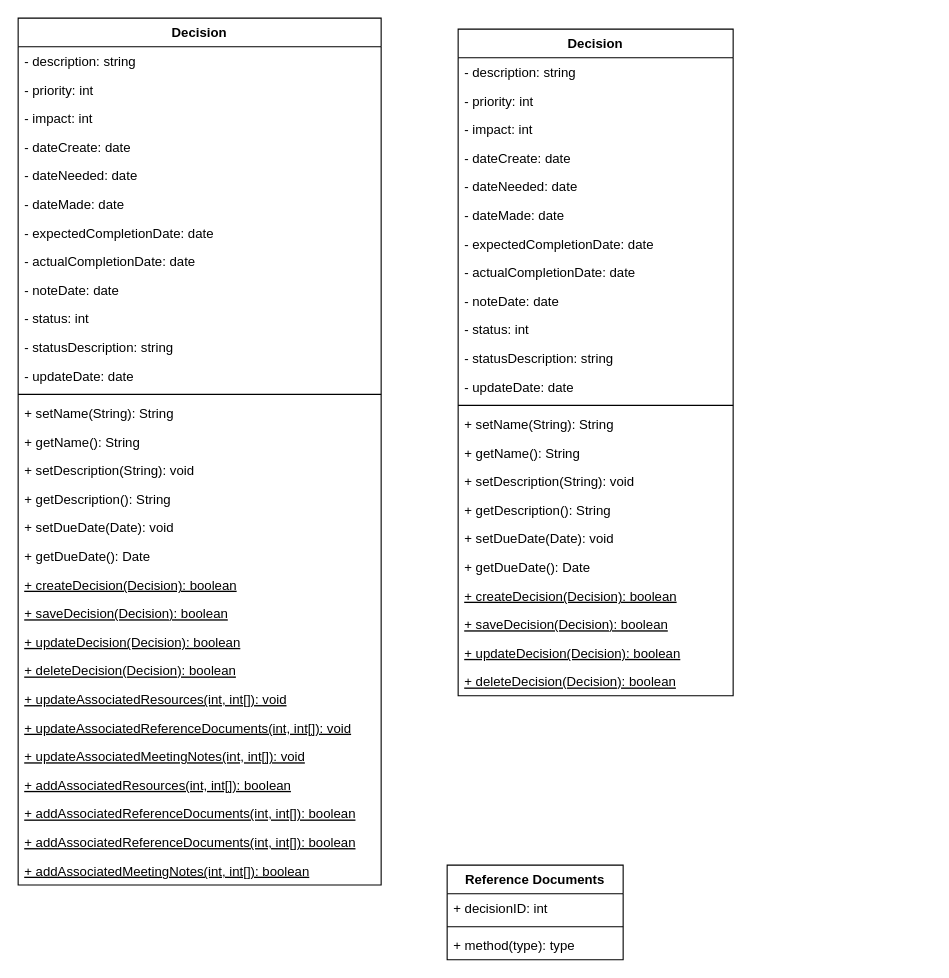
The draw.io diagram diagrams/umlAlice.drawio in alicebalayan/comp380---project3, before the edit. Source tidied: cells renumbered, new cells numbered last; positions are measured from the earlier drawing's top-left corner, leaving out a move shared by most shapes. Both pictures are drawn from the tidied source at 110%, with x=0, y=0 at pixel (18, 18).
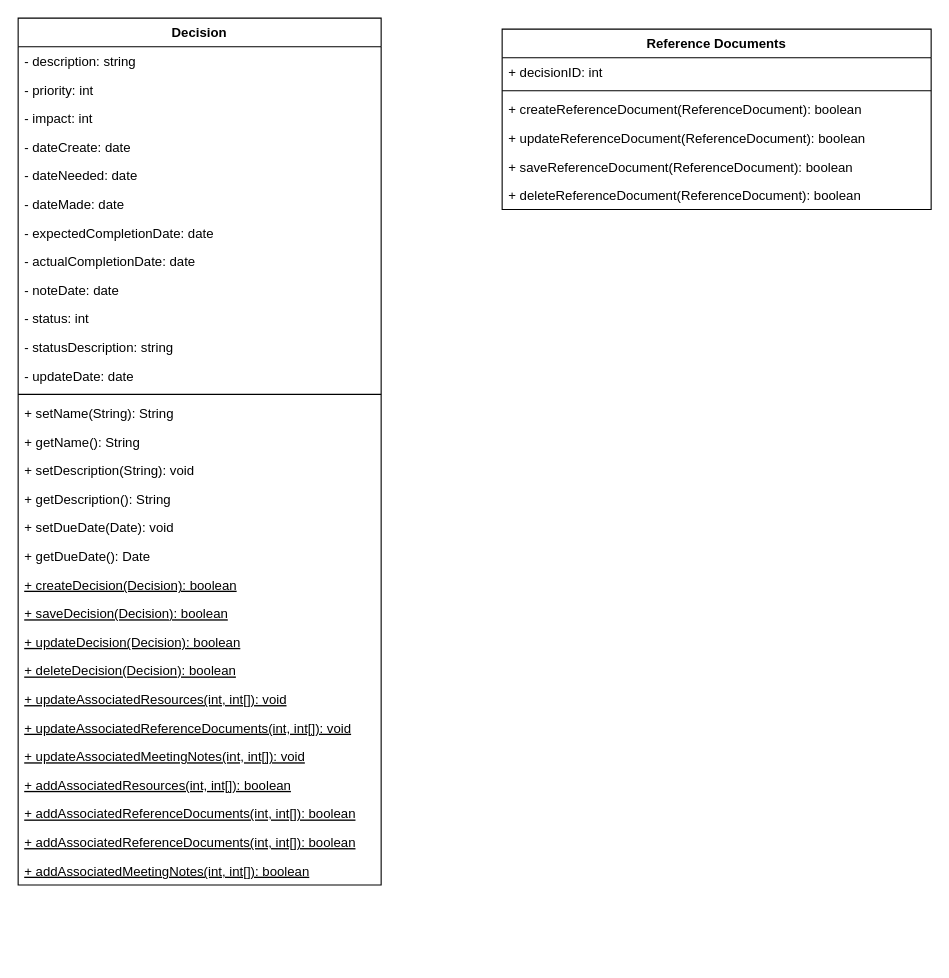
Above is the later version.

Commit message:
Add Reference Documents

Diff of the diagram source:
```diff
@@
-    <mxCell id="33" value="Decision" style="swimlane;fontStyle=1;align=center;verticalAlign=top;horizontal=1;startSize=26;" parent="1" vertex="1">
-      <mxGeometry x="400" y="10" width="250" height="606" as="geometry" />
-    </mxCell>
-    <mxCell id="34" value="- description: string" style="text;strokeColor=none;fillColor=none;align=left;verticalAlign=top;spacingLeft=4;spacingRight=4;overflow=hidden;" parent="33" vertex="1">
-      <mxGeometry y="26" width="250" height="26" as="geometry" />
-    </mxCell>
-    <mxCell id="35" value="- priority: int " style="text;strokeColor=none;fillColor=none;align=left;verticalAlign=top;spacingLeft=4;spacingRight=4;overflow=hidden;" parent="33" vertex="1">
-      <mxGeometry y="52" width="250" height="26" as="geometry" />
-    </mxCell>
-    <mxCell id="36" value="- impact: int" style="text;strokeColor=none;fillColor=none;align=left;verticalAlign=top;spacingLeft=4;spacingRight=4;overflow=hidden;" parent="33" vertex="1">
-      <mxGeometry y="78" width="250" height="26" as="geometry" />
-    </mxCell>
-    <mxCell id="37" value="- dateCreate: date" style="text;strokeColor=none;fillColor=none;align=left;verticalAlign=top;spacingLeft=4;spacingRight=4;overflow=hidden;" parent="33" vertex="1">
-      <mxGeometry y="104" width="250" height="26" as="geometry" />
-    </mxCell>
-    <mxCell id="38" value="- dateNeeded: date" style="text;strokeColor=none;fillColor=none;align=left;verticalAlign=top;spacingLeft=4;spacingRight=4;overflow=hidden;" parent="33" vertex="1">
-      <mxGeometry y="130" width="250" height="26" as="geometry" />
-    </mxCell>
-    <mxCell id="39" value="- dateMade: date" style="text;strokeColor=none;fillColor=none;align=left;verticalAlign=top;spacingLeft=4;spacingRight=4;overflow=hidden;" parent="33" vertex="1">
-      <mxGeometry y="156" width="250" height="26" as="geometry" />
-    </mxCell>
-    <mxCell id="40" value="- expectedCompletionDate: date&#10;" style="text;strokeColor=none;fillColor=none;align=left;verticalAlign=top;spacingLeft=4;spacingRight=4;overflow=hidden;" parent="33" vertex="1">
-      <mxGeometry y="182" width="250" height="26" as="geometry" />
-    </mxCell>
-    <mxCell id="41" value="- actualCompletionDate: date" style="text;strokeColor=none;fillColor=none;align=left;verticalAlign=top;spacingLeft=4;spacingRight=4;overflow=hidden;" parent="33" vertex="1">
-      <mxGeometry y="208" width="250" height="26" as="geometry" />
-    </mxCell>
-    <mxCell id="42" value="- noteDate: date" style="text;strokeColor=none;fillColor=none;align=left;verticalAlign=top;spacingLeft=4;spacingRight=4;overflow=hidden;" parent="33" vertex="1">
-      <mxGeometry y="234" width="250" height="26" as="geometry" />
-    </mxCell>
-    <mxCell id="43" value="- status: int" style="text;strokeColor=none;fillColor=none;align=left;verticalAlign=top;spacingLeft=4;spacingRight=4;overflow=hidden;" parent="33" vertex="1">
-      <mxGeometry y="260" width="250" height="26" as="geometry" />
-    </mxCell>
-    <mxCell id="44" value="- statusDescription: string" style="text;strokeColor=none;fillColor=none;align=left;verticalAlign=top;spacingLeft=4;spacingRight=4;overflow=hidden;" parent="33" vertex="1">
-      <mxGeometry y="286" width="250" height="26" as="geometry" />
-    </mxCell>
-    <mxCell id="45" value="- updateDate: date" style="text;strokeColor=none;fillColor=none;align=left;verticalAlign=top;spacingLeft=4;spacingRight=4;overflow=hidden;" parent="33" vertex="1">
-      <mxGeometry y="312" width="250" height="26" as="geometry" />
-    </mxCell>
-    <mxCell id="46" style="line;strokeWidth=1;fillColor=none;align=left;verticalAlign=middle;spacingTop=-1;spacingLeft=3;spacingRight=3;labelPosition=right;" parent="33" vertex="1">
-      <mxGeometry y="338" width="250" height="8" as="geometry" />
-    </mxCell>
-    <mxCell id="47" value="+ setName(String): String" style="text;strokeColor=none;fillColor=none;align=left;verticalAlign=top;spacingLeft=4;spacingRight=4;overflow=hidden;" parent="33" vertex="1">
-      <mxGeometry y="346" width="250" height="26" as="geometry" />
-    </mxCell>
-    <mxCell id="48" value="+ getName(): String" style="text;strokeColor=none;fillColor=none;align=left;verticalAlign=top;spacingLeft=4;spacingRight=4;overflow=hidden;" parent="33" vertex="1">
-      <mxGeometry y="372" width="250" height="26" as="geometry" />
-    </mxCell>
-    <mxCell id="49" value="+ setDescription(String): void" style="text;strokeColor=none;fillColor=none;align=left;verticalAlign=top;spacingLeft=4;spacingRight=4;overflow=hidden;" parent="33" vertex="1">
-      <mxGeometry y="398" width="250" height="26" as="geometry" />
-    </mxCell>
-    <mxCell id="50" value="+ getDescription(): String" style="text;strokeColor=none;fillColor=none;align=left;verticalAlign=top;spacingLeft=4;spacingRight=4;overflow=hidden;" parent="33" vertex="1">
-      <mxGeometry y="424" width="250" height="26" as="geometry" />
-    </mxCell>
-    <mxCell id="51" value="+ setDueDate(Date): void" style="text;strokeColor=none;fillColor=none;align=left;verticalAlign=top;spacingLeft=4;spacingRight=4;overflow=hidden;" parent="33" vertex="1">
-      <mxGeometry y="450" width="250" height="26" as="geometry" />
-    </mxCell>
-    <mxCell id="52" value="+ getDueDate(): Date" style="text;strokeColor=none;fillColor=none;align=left;verticalAlign=top;spacingLeft=4;spacingRight=4;overflow=hidden;" parent="33" vertex="1">
-      <mxGeometry y="476" width="250" height="26" as="geometry" />
-    </mxCell>
-    <mxCell id="53" value="+ createDecision(Decision): boolean" style="text;strokeColor=none;fillColor=none;align=left;verticalAlign=top;spacingLeft=4;spacingRight=4;overflow=hidden;fontStyle=4;" parent="33" vertex="1">
-      <mxGeometry y="502" width="250" height="26" as="geometry" />
-    </mxCell>
-    <mxCell id="54" value="+ saveDecision(Decision): boolean" style="text;strokeColor=none;fillColor=none;align=left;verticalAlign=top;spacingLeft=4;spacingRight=4;overflow=hidden;fontStyle=4;" parent="33" vertex="1">
-      <mxGeometry y="528" width="250" height="26" as="geometry" />
-    </mxCell>
-    <mxCell id="55" value="+ updateDecision(Decision): boolean" style="text;strokeColor=none;fillColor=none;align=left;verticalAlign=top;spacingLeft=4;spacingRight=4;overflow=hidden;fontStyle=4;" parent="33" vertex="1">
-      <mxGeometry y="554" width="250" height="26" as="geometry" />
-    </mxCell>
-    <mxCell id="56" value="+ deleteDecision(Decision): boolean" style="text;strokeColor=none;fillColor=none;align=left;verticalAlign=top;spacingLeft=4;spacingRight=4;overflow=hidden;fontStyle=4;" parent="33" vertex="1">
-      <mxGeometry y="580" width="250" height="26" as="geometry" />
-    </mxCell>
     <mxCell id="57" value="Reference Documents" style="swimlane;fontStyle=1;align=center;verticalAlign=top;horizontal=1;startSize=26;" parent="1" vertex="1">
-      <mxGeometry x="390" y="770" width="160" height="86" as="geometry" />
+      <mxGeometry x="440" y="10" width="390" height="164" as="geometry" />
     </mxCell>
     <mxCell id="58" value="+ decisionID: int" style="text;strokeColor=none;fillColor=none;align=left;verticalAlign=top;spacingLeft=4;spacingRight=4;overflow=hidden;" parent="57" vertex="1">
-      <mxGeometry y="26" width="160" height="26" as="geometry" />
+      <mxGeometry y="26" width="390" height="26" as="geometry" />
     </mxCell>
     <mxCell id="59" style="line;strokeWidth=1;fillColor=none;align=left;verticalAlign=middle;spacingTop=-1;spacingLeft=3;spacingRight=3;labelPosition=right;" parent="57" vertex="1">
-      <mxGeometry y="52" width="160" height="8" as="geometry" />
+      <mxGeometry y="52" width="390" height="8" as="geometry" />
     </mxCell>
-    <mxCell id="60" value="+ method(type): type" style="text;strokeColor=none;fillColor=none;align=left;verticalAlign=top;spacingLeft=4;spacingRight=4;overflow=hidden;" parent="57" vertex="1">
-      <mxGeometry y="60" width="160" height="26" as="geometry" />
+    <mxCell id="60" value="+ createReferenceDocument(ReferenceDocument): boolean" style="text;strokeColor=none;fillColor=none;align=left;verticalAlign=top;spacingLeft=4;spacingRight=4;overflow=hidden;" parent="57" vertex="1">
+      <mxGeometry y="60" width="390" height="26" as="geometry" />
     </mxCell>
+    <mxCell id="61" value="+ updateReferenceDocument(ReferenceDocument): boolean" style="text;strokeColor=none;fillColor=none;align=left;verticalAlign=top;spacingLeft=4;spacingRight=4;overflow=hidden;" parent="57" vertex="1">
+      <mxGeometry y="86" width="390" height="26" as="geometry" />
+    </mxCell>
+    <mxCell id="62" value="+ saveReferenceDocument(ReferenceDocument): boolean" style="text;strokeColor=none;fillColor=none;align=left;verticalAlign=top;spacingLeft=4;spacingRight=4;overflow=hidden;" parent="57" vertex="1">
+      <mxGeometry y="112" width="390" height="26" as="geometry" />
+    </mxCell>
+    <mxCell id="63" value="+ deleteReferenceDocument(ReferenceDocument): boolean" style="text;strokeColor=none;fillColor=none;align=left;verticalAlign=top;spacingLeft=4;spacingRight=4;overflow=hidden;" parent="57" vertex="1">
+      <mxGeometry y="138" width="390" height="26" as="geometry" />
+    </mxCell>
```
